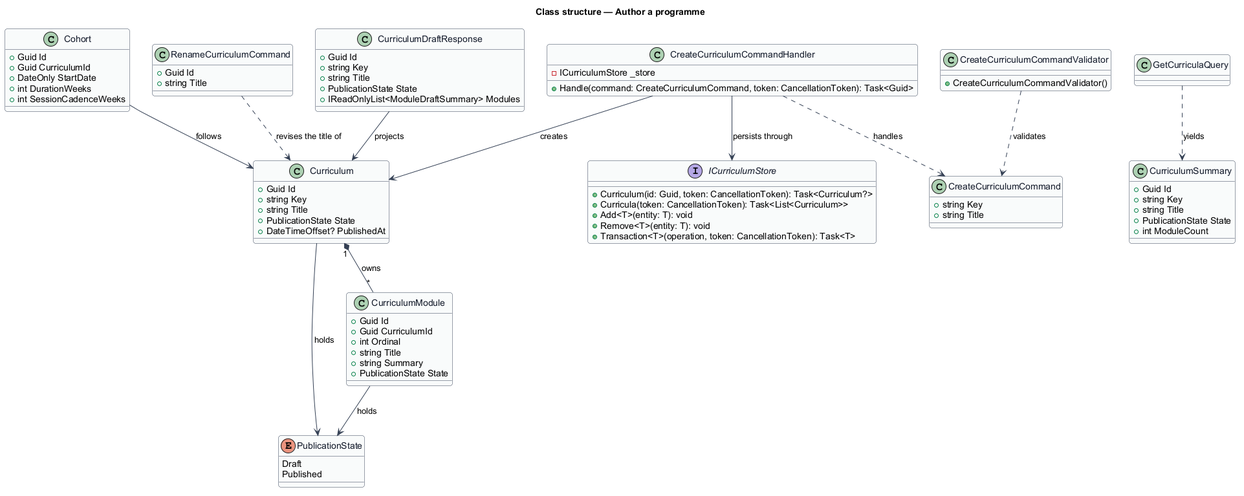
The PlantUML diagram docs/detailed-designs/administration/author-programme/diagrams/class-structure.png in QuinntyneBrown/quinntyne-brown-stewardship, before a commit.
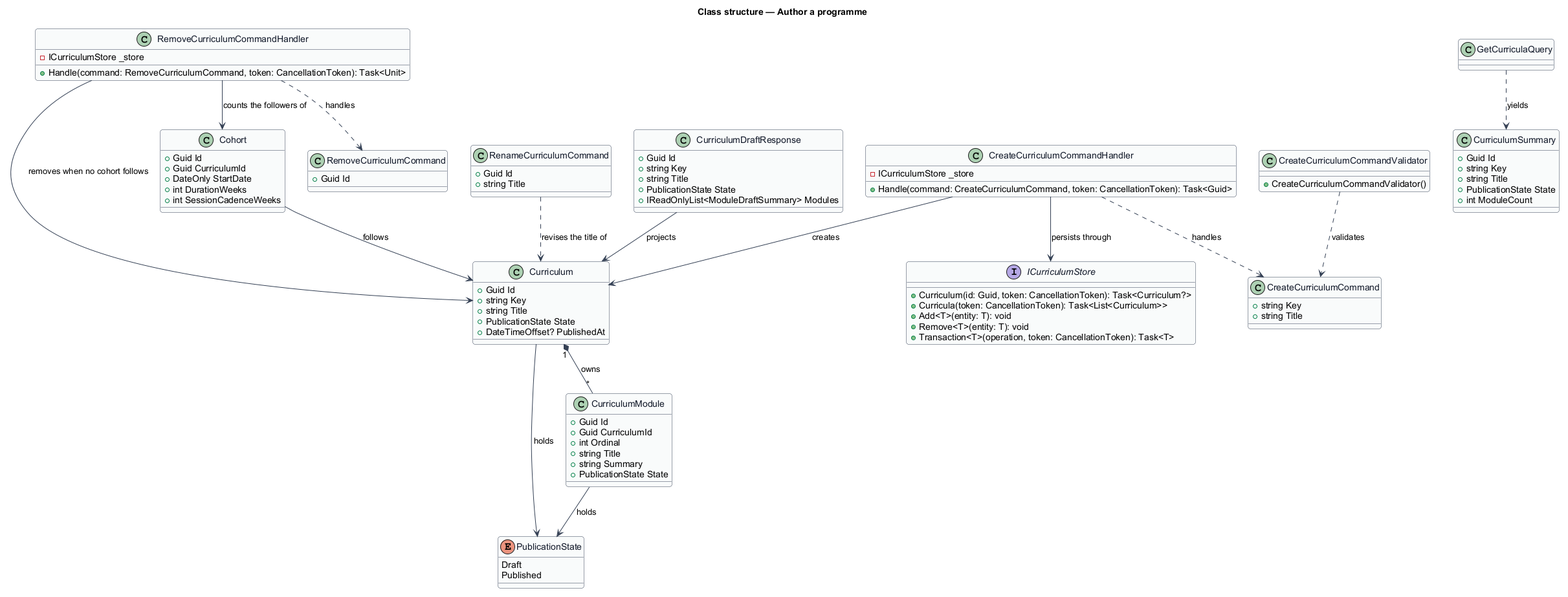
After the change.

Change to the diagram source:
```diff
@@ -60,6 +60,15 @@
   +string Title
 }
 
+class RemoveCurriculumCommand {
+  +Guid Id
+}
+
+class RemoveCurriculumCommandHandler {
+  -ICurriculumStore _store
+  +Handle(command: RemoveCurriculumCommand, token: CancellationToken): Task<Unit>
+}
+
 class GetCurriculaQuery {
 }
 
@@ -98,4 +107,7 @@
 GetCurriculaQuery ..> CurriculumSummary : yields
 CurriculumDraftResponse --> Curriculum : projects
 RenameCurriculumCommand ..> Curriculum : revises the title of
+RemoveCurriculumCommandHandler ..> RemoveCurriculumCommand : handles
+RemoveCurriculumCommandHandler --> Curriculum : removes when no cohort follows
+RemoveCurriculumCommandHandler --> Cohort : counts the followers of
 @enduml
```
